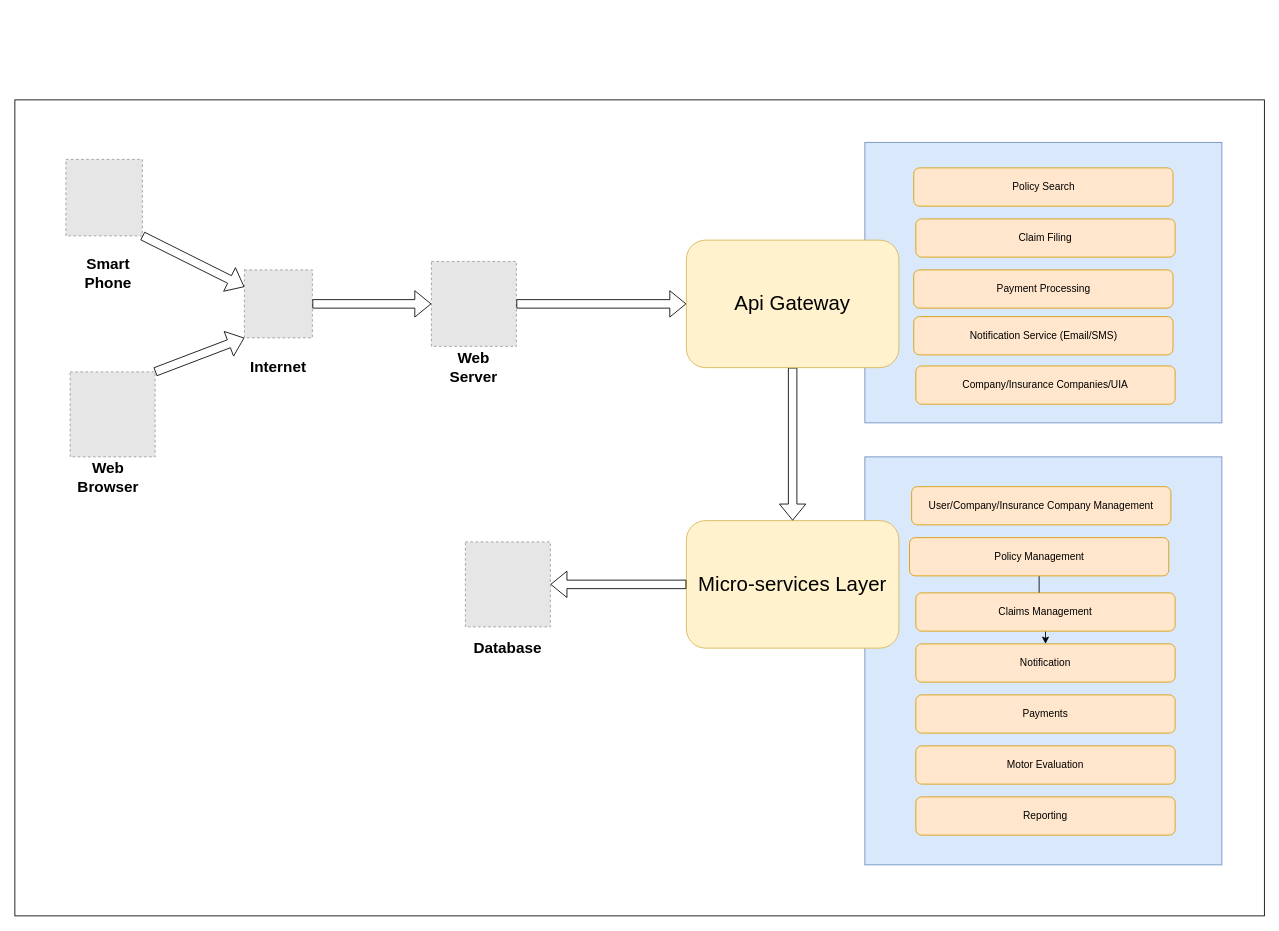
Before: page "Overall System" (1 of 2) of UIA.drawio in JohnMugambi/Files, a draw.io diagram. Source tidied: cells renumbered, new cells numbered last; positions are measured from the earlier drawing's top-left corner, leaving out a move shared by most shapes. Both pictures are drawn from the tidied source at 85%, with x=0, y=0 at pixel (14, 99). Pictures stored in the file or linked from it are replaced by grey dashed boxes.
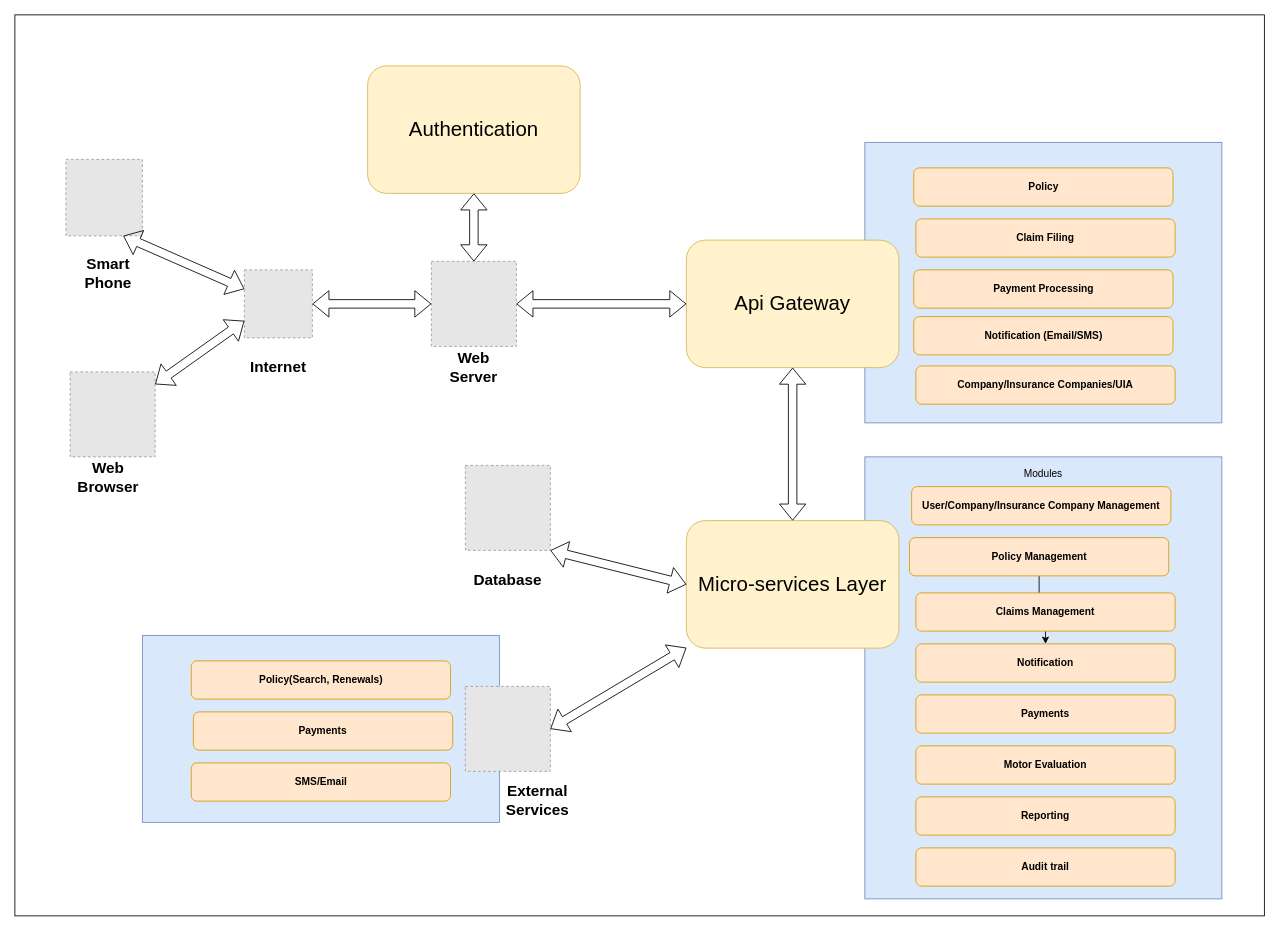
The same diagram, later.

Unchanged cells that the change refers to:
```xml
<mxCell id="23" value="&lt;div&gt;&lt;font style=&quot;font-size: 24px;&quot;&gt;Micro-services Layer&lt;br&gt;&lt;/font&gt;&lt;/div&gt;" style="rounded=1;whiteSpace=wrap;html=1;fillColor=#fff2cc;strokeColor=#d6b656;" parent="1" vertex="1">
  <mxGeometry x="790" y="495" width="250" height="150" as="geometry" />
</mxCell>
<mxCell id="32" value="&lt;font style=&quot;font-size: 24px;&quot;&gt;Api Gateway&lt;br&gt;&lt;/font&gt;" style="rounded=1;whiteSpace=wrap;html=1;fillColor=#fff2cc;strokeColor=#d6b656;" parent="1" vertex="1">
  <mxGeometry x="790" y="165" width="250" height="150" as="geometry" />
</mxCell>
```

What changed in the source:
```diff
@@
-    <mxCell id="2" style="rounded=0;whiteSpace=wrap;html=1;" parent="1" vertex="1">
-      <mxGeometry width="1470" height="960" as="geometry" />
-    </mxCell>
-    <mxCell id="3" style="group;" parent="1" vertex="1">
-      <mxGeometry x="1000" y="420" width="420" height="480" as="geometry" />
-    </mxCell>
-    <mxCell id="4" style="rounded=0;whiteSpace=wrap;html=1;fillColor=#dae8fc;strokeColor=#6c8ebf;" parent="3" vertex="1">
-      <mxGeometry width="420" height="480" as="geometry" />
-    </mxCell>
+    <mxCell id="38" style="rounded=0;whiteSpace=wrap;html=1;" parent="1" vertex="1">
+      <mxGeometry y="-100" width="1470" height="1060" as="geometry" />
+    </mxCell>
+    <mxCell id="39" style="group;" parent="1" vertex="1">
+      <mxGeometry x="150" y="630" width="420" height="330" as="geometry" />
+    </mxCell>
+    <mxCell id="40" style="rounded=0;whiteSpace=wrap;html=1;fillColor=#dae8fc;strokeColor=#6c8ebf;" parent="39" vertex="1">
+      <mxGeometry width="420" height="220" as="geometry" />
+    </mxCell>
+    <mxCell id="41" value="&lt;b&gt;Policy(Search, Renewals)&lt;/b&gt;" style="rounded=1;whiteSpace=wrap;html=1;fillColor=#ffe6cc;strokeColor=#d79b00;" parent="39" vertex="1">
+      <mxGeometry x="57.5" y="30" width="305" height="45" as="geometry" />
+    </mxCell>
+    <mxCell id="42" value="&lt;b&gt;Payments&lt;/b&gt;" style="rounded=1;whiteSpace=wrap;html=1;fillColor=#ffe6cc;strokeColor=#d79b00;" parent="39" vertex="1">
+      <mxGeometry x="60" y="90" width="305" height="45" as="geometry" />
+    </mxCell>
+    <mxCell id="43" value="&lt;b&gt;SMS/Email&lt;/b&gt;" style="rounded=1;whiteSpace=wrap;html=1;fillColor=#ffe6cc;strokeColor=#d79b00;" parent="39" vertex="1">
+      <mxGeometry x="57.5" y="150" width="305" height="45" as="geometry" />
+    </mxCell>
+    <mxCell id="44" style="group;" parent="1" vertex="1">
+      <mxGeometry x="1000" y="420" width="420" height="520" as="geometry" />
+    </mxCell>
+    <mxCell id="45" style="rounded=0;whiteSpace=wrap;html=1;fillColor=#dae8fc;strokeColor=#6c8ebf;" parent="44" vertex="1">
+      <mxGeometry width="420" height="520" as="geometry" />
+    </mxCell>
-    <mxCell id="5" value="User/Company/Insurance Company Management" style="rounded=1;whiteSpace=wrap;html=1;fillColor=#ffe6cc;strokeColor=#d79b00;" parent="3" vertex="1">
+    <mxCell id="5" value="&lt;b&gt;User/Company/Insurance Company Management&lt;/b&gt;" style="rounded=1;whiteSpace=wrap;html=1;fillColor=#ffe6cc;strokeColor=#d79b00;" parent="44" vertex="1">
       <mxGeometry x="55" y="35" width="305" height="45" as="geometry" />
     </mxCell>
-    <mxCell id="6" style="edgeStyle=orthogonalEdgeStyle;rounded=0;jettySize=auto;html=1;" parent="3" edge="1" source="7" target="9">
+    <mxCell id="6" style="edgeStyle=orthogonalEdgeStyle;rounded=0;jettySize=auto;html=1;" parent="44" edge="1" source="7" target="9">
       <mxGeometry relative="1" as="geometry" />
     </mxCell>
-    <mxCell id="7" value="Policy Management" style="rounded=1;whiteSpace=wrap;html=1;fillColor=#ffe6cc;strokeColor=#d79b00;" parent="3" vertex="1">
+    <mxCell id="7" value="&lt;b&gt;Policy Management&lt;/b&gt;" style="rounded=1;whiteSpace=wrap;html=1;fillColor=#ffe6cc;strokeColor=#d79b00;" parent="44" vertex="1">
       <mxGeometry x="52.5" y="95" width="305" height="45" as="geometry" />
     </mxCell>
-    <mxCell id="8" value="Claims Management" style="rounded=1;whiteSpace=wrap;html=1;fillColor=#ffe6cc;strokeColor=#d79b00;" parent="3" vertex="1">
+    <mxCell id="8" value="&lt;b&gt;Claims Management&lt;/b&gt;" style="rounded=1;whiteSpace=wrap;html=1;fillColor=#ffe6cc;strokeColor=#d79b00;" parent="44" vertex="1">
       <mxGeometry x="60" y="160" width="305" height="45" as="geometry" />
     </mxCell>
-    <mxCell id="9" value="Notification" style="rounded=1;whiteSpace=wrap;html=1;fillColor=#ffe6cc;strokeColor=#d79b00;" parent="3" vertex="1">
+    <mxCell id="9" value="&lt;b&gt;Notification&lt;/b&gt;" style="rounded=1;whiteSpace=wrap;html=1;fillColor=#ffe6cc;strokeColor=#d79b00;" parent="44" vertex="1">
       <mxGeometry x="60" y="220" width="305" height="45" as="geometry" />
     </mxCell>
-    <mxCell id="10" value="Payments" style="rounded=1;whiteSpace=wrap;html=1;fillColor=#ffe6cc;strokeColor=#d79b00;" parent="3" vertex="1">
-      <mxGeometry x="60" y="280" width="305" height="45" as="geometry" />
-    </mxCell>
+    <mxCell id="46" value="&lt;b&gt;Payments&lt;/b&gt;" style="rounded=1;whiteSpace=wrap;html=1;fillColor=#ffe6cc;strokeColor=#d79b00;" parent="44" vertex="1">
+      <mxGeometry x="60" y="280" width="305" height="45" as="geometry" />
+    </mxCell>
-    <mxCell id="11" value="Motor Evaluation" style="rounded=1;whiteSpace=wrap;html=1;fillColor=#ffe6cc;strokeColor=#d79b00;" parent="3" vertex="1">
+    <mxCell id="11" value="&lt;b&gt;Motor Evaluation&lt;/b&gt;" style="rounded=1;whiteSpace=wrap;html=1;fillColor=#ffe6cc;strokeColor=#d79b00;" parent="44" vertex="1">
       <mxGeometry x="60" y="340" width="305" height="45" as="geometry" />
     </mxCell>
-    <mxCell id="12" value="Reporting" style="rounded=1;whiteSpace=wrap;html=1;fillColor=#ffe6cc;strokeColor=#d79b00;" parent="3" vertex="1">
+    <mxCell id="12" value="&lt;b&gt;Reporting&lt;/b&gt;" style="rounded=1;whiteSpace=wrap;html=1;fillColor=#ffe6cc;strokeColor=#d79b00;" parent="44" vertex="1">
       <mxGeometry x="60" y="400" width="305" height="45" as="geometry" />
     </mxCell>
-    <mxCell id="13" style="fillColor=#E6E6E6;strokeColor=#999999;dashed=1;verticalLabelPosition=bottom;labelBackgroundColor=default;verticalAlign=top;" parent="1" vertex="1">
-      <mxGeometry x="490" y="190" width="100" height="100" as="geometry" />
-    </mxCell>
-    <mxCell id="14" style="fillColor=#E6E6E6;strokeColor=#999999;dashed=1;verticalLabelPosition=bottom;labelBackgroundColor=default;verticalAlign=top;" parent="1" vertex="1">
-      <mxGeometry x="270" y="200" width="80" height="80" as="geometry" />
-    </mxCell>
-    <mxCell id="15" style="fillColor=#E6E6E6;strokeColor=#999999;dashed=1;verticalLabelPosition=bottom;labelBackgroundColor=default;verticalAlign=top;" parent="1" vertex="1">
-      <mxGeometry x="60" y="70" width="90" height="90" as="geometry" />
-    </mxCell>
-    <mxCell id="16" style="fillColor=#E6E6E6;strokeColor=#999999;dashed=1;verticalLabelPosition=bottom;labelBackgroundColor=default;verticalAlign=top;" parent="1" vertex="1">
-      <mxGeometry x="65" y="320" width="100" height="100" as="geometry" />
-    </mxCell>
-    <mxCell id="17" style="fillColor=#E6E6E6;strokeColor=#999999;dashed=1;verticalLabelPosition=bottom;labelBackgroundColor=default;verticalAlign=top;" parent="1" vertex="1">
-      <mxGeometry x="530" y="520" width="100" height="100" as="geometry" />
-    </mxCell>
-    <mxCell id="18" style="shape=flexArrow;endArrow=classic;html=1;rounded=0;exitX=1;exitY=1;exitDx=0;exitDy=0;" parent="1" edge="1" source="15" target="14">
-      <mxGeometry relative="1" as="geometry" />
-    </mxCell>
-    <mxCell id="19" style="shape=flexArrow;endArrow=classic;html=1;rounded=0;exitX=1;exitY=0;exitDx=0;exitDy=0;entryX=0;entryY=1;entryDx=0;entryDy=0;" parent="1" edge="1" source="16" target="14">
-      <mxGeometry relative="1" as="geometry" />
-    </mxCell>
-    <mxCell id="20" style="shape=flexArrow;endArrow=classic;html=1;rounded=0;exitX=1;exitY=0.5;exitDx=0;exitDy=0;entryX=0;entryY=0.5;entryDx=0;entryDy=0;" parent="1" edge="1" source="14" target="13">
-      <mxGeometry relative="1" as="geometry" />
-    </mxCell>
-    <mxCell id="21" style="shape=flexArrow;endArrow=classic;html=1;rounded=0;exitX=1;exitY=0.5;exitDx=0;exitDy=0;" parent="1" edge="1" source="13" target="32">
-      <mxGeometry relative="1" as="geometry" />
-    </mxCell>
+    <mxCell id="47" value="&lt;b&gt;Audit trail&lt;/b&gt;" style="rounded=1;whiteSpace=wrap;html=1;fillColor=#ffe6cc;strokeColor=#d79b00;" parent="44" vertex="1">
+      <mxGeometry x="60" y="460" width="305" height="45" as="geometry" />
+    </mxCell>
+    <mxCell id="48" value="Modules" style="text;html=1;align=center;verticalAlign=middle;whiteSpace=wrap;rounded=0;" parent="44" vertex="1">
+      <mxGeometry x="110" y="5" width="200" height="30" as="geometry" />
+    </mxCell>
+    <mxCell id="49" style="fillColor=#E6E6E6;strokeColor=#999999;dashed=1;verticalLabelPosition=bottom;labelBackgroundColor=default;verticalAlign=top;" parent="1" vertex="1">
+      <mxGeometry x="490" y="190" width="100" height="100" as="geometry" />
+    </mxCell>
+    <mxCell id="50" style="fillColor=#E6E6E6;strokeColor=#999999;dashed=1;verticalLabelPosition=bottom;labelBackgroundColor=default;verticalAlign=top;" parent="1" vertex="1">
+      <mxGeometry x="270" y="200" width="80" height="80" as="geometry" />
+    </mxCell>
+    <mxCell id="51" style="fillColor=#E6E6E6;strokeColor=#999999;dashed=1;verticalLabelPosition=bottom;labelBackgroundColor=default;verticalAlign=top;" parent="1" vertex="1">
+      <mxGeometry x="60" y="70" width="90" height="90" as="geometry" />
+    </mxCell>
+    <mxCell id="52" style="fillColor=#E6E6E6;strokeColor=#999999;dashed=1;verticalLabelPosition=bottom;labelBackgroundColor=default;verticalAlign=top;" parent="1" vertex="1">
+      <mxGeometry x="65" y="320" width="100" height="100" as="geometry" />
+    </mxCell>
+    <mxCell id="53" style="fillColor=#E6E6E6;strokeColor=#999999;dashed=1;verticalLabelPosition=bottom;labelBackgroundColor=default;verticalAlign=top;" parent="1" vertex="1">
+      <mxGeometry x="530" y="430" width="100" height="100" as="geometry" />
+    </mxCell>
@@
-    <mxCell id="24" style="shape=flexArrow;endArrow=classic;html=1;rounded=0;exitX=0.5;exitY=1;exitDx=0;exitDy=0;entryX=0.5;entryY=0;entryDx=0;entryDy=0;" parent="1" edge="1" source="32" target="23">
-      <mxGeometry relative="1" as="geometry" />
-    </mxCell>
-    <mxCell id="25" style="group;" parent="1" vertex="1">
-      <mxGeometry x="1000" y="50" width="420" height="330" as="geometry" />
-    </mxCell>
+    <mxCell id="54" style="group;" parent="1" vertex="1">
+      <mxGeometry x="1000" y="50" width="420" height="330" as="geometry" />
+    </mxCell>
-    <mxCell id="26" style="rounded=0;whiteSpace=wrap;html=1;fillColor=#dae8fc;strokeColor=#6c8ebf;" parent="25" vertex="1">
+    <mxCell id="26" style="rounded=0;whiteSpace=wrap;html=1;fillColor=#dae8fc;strokeColor=#6c8ebf;" parent="54" vertex="1">
       <mxGeometry width="420" height="330" as="geometry" />
     </mxCell>
-    <mxCell id="27" value="Policy Search" style="rounded=1;whiteSpace=wrap;html=1;fillColor=#ffe6cc;strokeColor=#d79b00;" parent="25" vertex="1">
-      <mxGeometry x="57.5" y="30" width="305" height="45" as="geometry" />
-    </mxCell>
+    <mxCell id="55" value="&lt;b&gt;Policy&lt;br&gt;&lt;/b&gt;" style="rounded=1;whiteSpace=wrap;html=1;fillColor=#ffe6cc;strokeColor=#d79b00;" parent="54" vertex="1">
+      <mxGeometry x="57.5" y="30" width="305" height="45" as="geometry" />
+    </mxCell>
-    <mxCell id="28" value="Claim Filing" style="rounded=1;whiteSpace=wrap;html=1;fillColor=#ffe6cc;strokeColor=#d79b00;" parent="25" vertex="1">
+    <mxCell id="28" value="&lt;b&gt;Claim Filing&lt;/b&gt;" style="rounded=1;whiteSpace=wrap;html=1;fillColor=#ffe6cc;strokeColor=#d79b00;" parent="54" vertex="1">
       <mxGeometry x="60" y="90" width="305" height="45" as="geometry" />
     </mxCell>
-    <mxCell id="29" value="Payment Processing" style="rounded=1;whiteSpace=wrap;html=1;fillColor=#ffe6cc;strokeColor=#d79b00;" parent="25" vertex="1">
+    <mxCell id="29" value="&lt;b&gt;Payment Processing&lt;/b&gt;" style="rounded=1;whiteSpace=wrap;html=1;fillColor=#ffe6cc;strokeColor=#d79b00;" parent="54" vertex="1">
       <mxGeometry x="57.5" y="150" width="305" height="45" as="geometry" />
     </mxCell>
-    <mxCell id="30" value="Notification Service (Email/SMS)" style="rounded=1;whiteSpace=wrap;html=1;fillColor=#ffe6cc;strokeColor=#d79b00;" parent="25" vertex="1">
-      <mxGeometry x="57.5" y="205" width="305" height="45" as="geometry" />
-    </mxCell>
+    <mxCell id="56" value="&lt;b&gt;Notification (Email/SMS)&lt;/b&gt;" style="rounded=1;whiteSpace=wrap;html=1;fillColor=#ffe6cc;strokeColor=#d79b00;" parent="54" vertex="1">
+      <mxGeometry x="57.5" y="205" width="305" height="45" as="geometry" />
+    </mxCell>
-    <mxCell id="31" value="Company/Insurance Companies/UIA" style="rounded=1;whiteSpace=wrap;html=1;fillColor=#ffe6cc;strokeColor=#d79b00;" parent="25" vertex="1">
+    <mxCell id="31" value="&lt;b&gt;Company/Insurance Companies/UIA&lt;/b&gt;" style="rounded=1;whiteSpace=wrap;html=1;fillColor=#ffe6cc;strokeColor=#d79b00;" parent="54" vertex="1">
       <mxGeometry x="60" y="263" width="305" height="45" as="geometry" />
     </mxCell>
@@
-    <mxCell id="33" style="shape=flexArrow;endArrow=classic;html=1;rounded=0;exitX=0;exitY=0.5;exitDx=0;exitDy=0;" parent="1" edge="1" source="23" target="17">
-      <mxGeometry relative="1" as="geometry" />
-    </mxCell>
@@
     <mxCell id="37" value="&lt;div align=&quot;center&quot;&gt;&lt;font style=&quot;font-size: 18px;&quot;&gt;&lt;b&gt;Database&lt;br&gt;&lt;/b&gt;&lt;/font&gt;&lt;/div&gt;" style="text;html=1;align=center;verticalAlign=middle;whiteSpace=wrap;rounded=0;" parent="1" vertex="1">
-      <mxGeometry x="530" y="630" width="100" height="30" as="geometry" />
+      <mxGeometry x="530" y="550" width="100" height="30" as="geometry" />
     </mxCell>
+    <mxCell id="57" value="&lt;font style=&quot;font-size: 24px;&quot;&gt;Authentication&lt;br&gt;&lt;/font&gt;" style="rounded=1;whiteSpace=wrap;html=1;fillColor=#fff2cc;strokeColor=#d6b656;" parent="1" vertex="1">
+      <mxGeometry x="415" y="-40" width="250" height="150" as="geometry" />
+    </mxCell>
+    <mxCell id="58" style="fillColor=#E6E6E6;strokeColor=#999999;dashed=1;verticalLabelPosition=bottom;labelBackgroundColor=default;verticalAlign=top;" parent="1" vertex="1">
+      <mxGeometry x="530" y="690" width="100" height="100" as="geometry" />
+    </mxCell>
+    <mxCell id="59" style="shape=flexArrow;endArrow=classic;startArrow=classic;html=1;rounded=0;exitX=1;exitY=0.5;exitDx=0;exitDy=0;" parent="1" edge="1" source="58" target="23">
+      <mxGeometry relative="1" as="geometry" />
+    </mxCell>
+    <mxCell id="60" style="shape=flexArrow;endArrow=classic;startArrow=classic;html=1;rounded=0;exitX=1;exitY=1;exitDx=0;exitDy=0;entryX=0;entryY=0.5;entryDx=0;entryDy=0;" parent="1" edge="1" source="53" target="23">
+      <mxGeometry relative="1" as="geometry" />
+    </mxCell>
+    <mxCell id="61" style="shape=flexArrow;endArrow=classic;startArrow=classic;html=1;rounded=0;exitX=0.5;exitY=0;exitDx=0;exitDy=0;entryX=0.5;entryY=1;entryDx=0;entryDy=0;" parent="1" edge="1" source="23" target="32">
+      <mxGeometry relative="1" as="geometry" />
+    </mxCell>
+    <mxCell id="62" style="shape=flexArrow;endArrow=classic;startArrow=classic;html=1;rounded=0;exitX=1;exitY=0.5;exitDx=0;exitDy=0;entryX=0;entryY=0.5;entryDx=0;entryDy=0;" parent="1" edge="1" source="49" target="32">
+      <mxGeometry relative="1" as="geometry" />
+    </mxCell>
+    <mxCell id="63" style="shape=flexArrow;endArrow=classic;startArrow=classic;html=1;rounded=0;exitX=0.5;exitY=0;exitDx=0;exitDy=0;entryX=0.5;entryY=1;entryDx=0;entryDy=0;" parent="1" edge="1" source="49" target="57">
+      <mxGeometry relative="1" as="geometry" />
+    </mxCell>
+    <mxCell id="64" style="shape=flexArrow;endArrow=classic;startArrow=classic;html=1;rounded=0;entryX=0;entryY=0.5;entryDx=0;entryDy=0;" parent="1" edge="1" source="50" target="49">
+      <mxGeometry relative="1" as="geometry" />
+    </mxCell>
+    <mxCell id="65" style="shape=flexArrow;endArrow=classic;startArrow=classic;html=1;rounded=0;entryX=0;entryY=0.75;entryDx=0;entryDy=0;" parent="1" edge="1" source="52" target="50">
+      <mxGeometry relative="1" as="geometry" />
+    </mxCell>
+    <mxCell id="66" style="shape=flexArrow;endArrow=classic;startArrow=classic;html=1;rounded=0;exitX=0.75;exitY=1;exitDx=0;exitDy=0;" parent="1" edge="1" source="51" target="50">
+      <mxGeometry relative="1" as="geometry" />
+    </mxCell>
+    <mxCell id="67" value="&lt;div align=&quot;center&quot;&gt;&lt;font style=&quot;font-size: 18px;&quot;&gt;&lt;b&gt;External Services&lt;br&gt;&lt;/b&gt;&lt;/font&gt;&lt;/div&gt;" style="text;html=1;align=center;verticalAlign=middle;whiteSpace=wrap;rounded=0;" parent="1" vertex="1">
+      <mxGeometry x="565" y="810" width="100" height="30" as="geometry" />
+    </mxCell>
```
